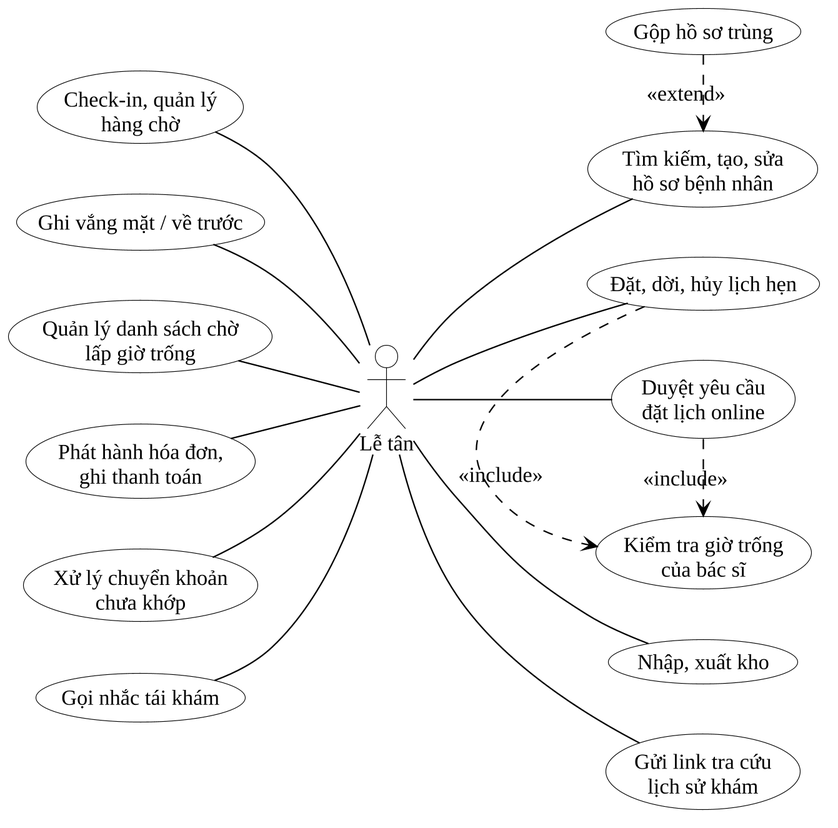
The PlantUML diagram docs/10_Thesis/bao-cao/hinh/2-3-use-case-le-tan.png in Trantuan0310/dental-clinic-nestjs-react, before a commit.
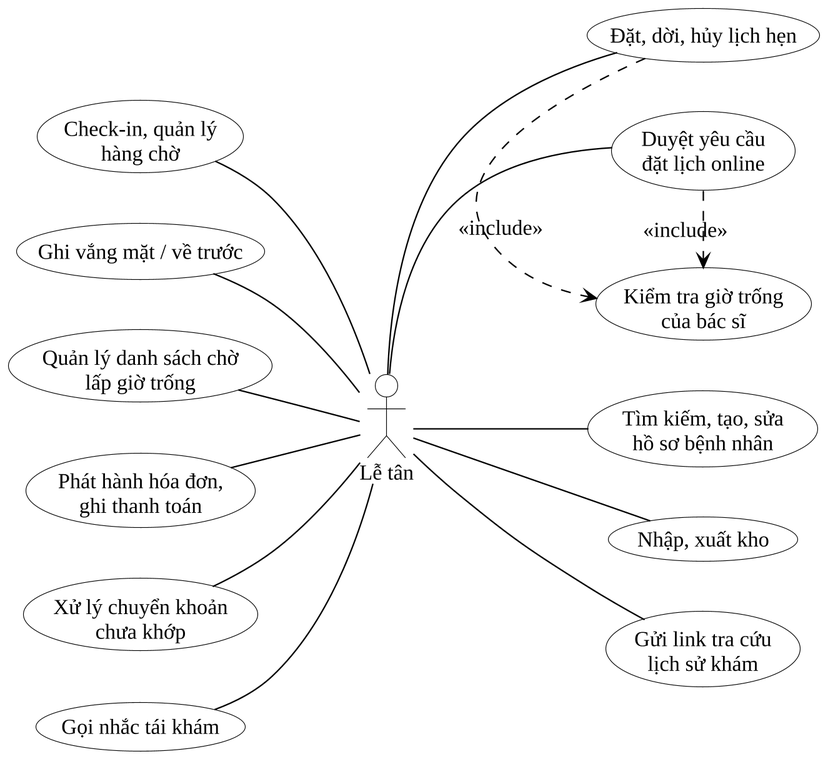
The same file after the commit.

Commit message:
docs(thesis): gộp hồ sơ là use case của quản trị viên theo đúng phân quyền

The edit, as a diff of the source:
```diff
@@ -3,7 +3,6 @@
 left to right direction
 actor "Lễ tân" as LT
 usecase "Tìm kiếm, tạo, sửa\nhồ sơ bệnh nhân" as a
-usecase "Gộp hồ sơ trùng" as g
 usecase "Đặt, dời, hủy lịch hẹn" as b
 usecase "Kiểm tra giờ trống\ncủa bác sĩ" as b2
 usecase "Duyệt yêu cầu\nđặt lịch online" as c
@@ -15,7 +14,6 @@
 usecase "Gọi nhắc tái khám" as r
 usecase "Nhập, xuất kho" as k
 usecase "Gửi link tra cứu\nlịch sử khám" as l
-g .> a : <<extend>>
 b .> b2 : <<include>>
 c .> b2 : <<include>>
 d -- LT
```
